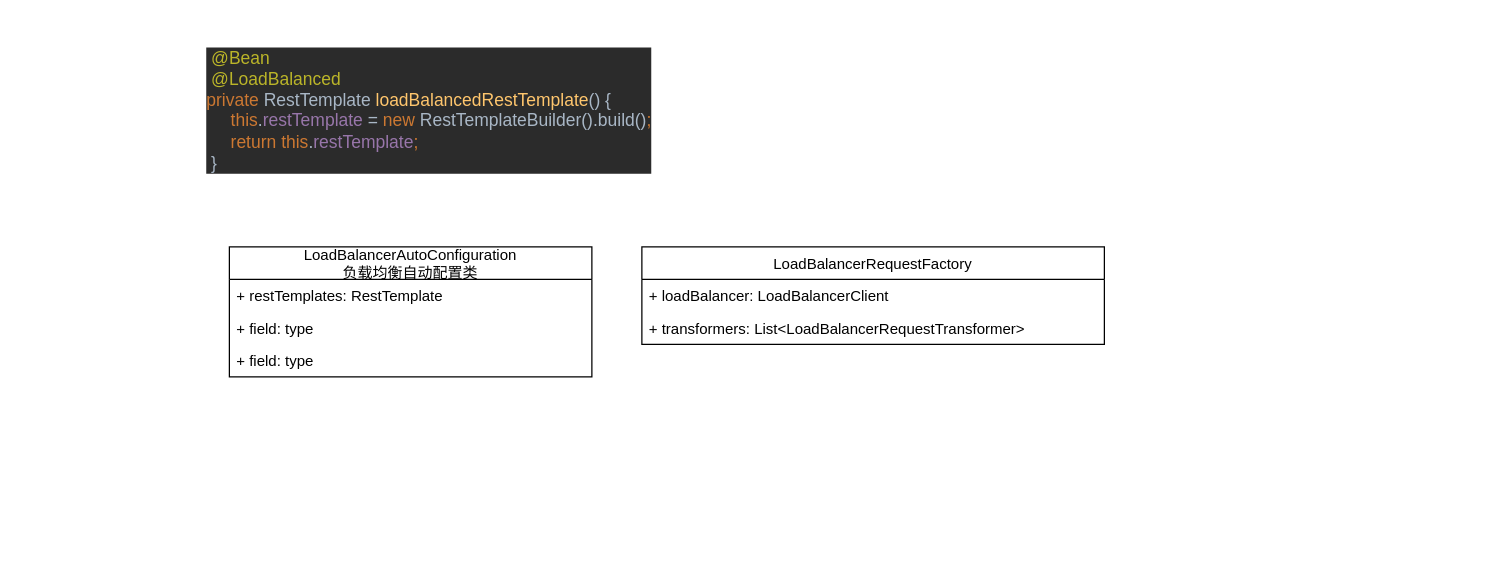
This is springcloud.drawio from qymmdj/draw-io, a draw.io file, before an edit. Source tidied: cells renumbered, new cells numbered last; positions are measured from the earlier drawing's top-left corner, leaving out a move shared by most shapes. Both pictures are drawn from the tidied source at 125%, with x=0, y=0 at pixel (204, 21).
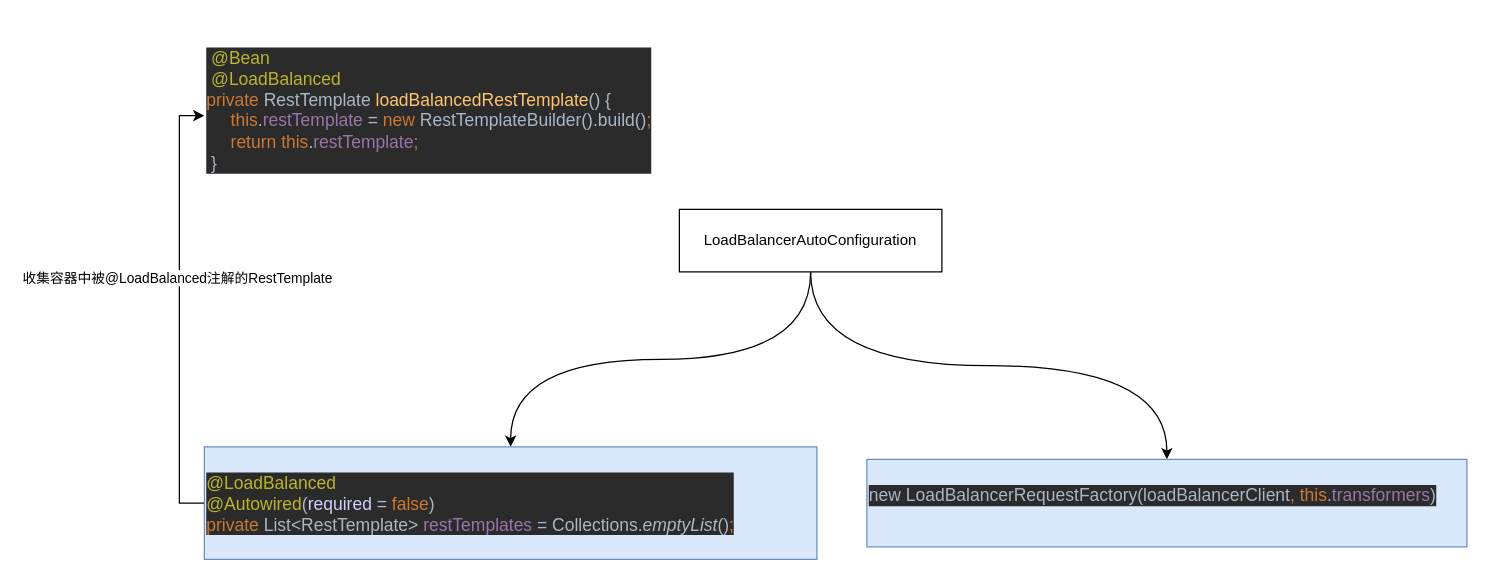
After the change.

The edit, as a diff of the source:
```diff
@@
 <mxGraphModel>
   <root>
     <mxCell id="0" />
     <mxCell id="1" parent="0" />
     <mxCell id="2" value="&lt;pre style=&quot;background-color:#2b2b2b;color:#a9b7c6;font-family:'JetBrains Mono';font-size:10.5pt;&quot;&gt; &lt;span style=&quot;color:#bbb529;&quot;&gt;@Bean&lt;br&gt;&lt;/span&gt;&lt;span style=&quot;color:#bbb529;&quot;&gt; @LoadBalanced&lt;br&gt;&lt;/span&gt;&lt;span style=&quot;color:#cc7832;&quot;&gt;private &lt;/span&gt;RestTemplate &lt;span style=&quot;color:#ffc66d;&quot;&gt;loadBalancedRestTemplate&lt;/span&gt;() {&lt;br&gt;     &lt;span style=&quot;color:#cc7832;&quot;&gt;this&lt;/span&gt;.&lt;span style=&quot;color:#9876aa;&quot;&gt;restTemplate &lt;/span&gt;= &lt;span style=&quot;color:#cc7832;&quot;&gt;new &lt;/span&gt;RestTemplateBuilder().build()&lt;span style=&quot;color:#cc7832;&quot;&gt;;&lt;br&gt;&lt;/span&gt;&lt;span style=&quot;color:#cc7832;&quot;&gt;     return this&lt;/span&gt;.&lt;span style=&quot;color:#9876aa;&quot;&gt;restTemplate&lt;/span&gt;&lt;span style=&quot;color:#cc7832;&quot;&gt;;&lt;br&gt;&lt;/span&gt;&lt;span style=&quot;color:#cc7832;&quot;&gt; &lt;/span&gt;}&lt;/pre&gt;" style="text;whiteSpace=wrap;html=1;" parent="1" vertex="1">
       <mxGeometry width="410" height="150" as="geometry" />
     </mxCell>
-    <mxCell id="3" value="LoadBalancerAutoConfiguration&#10;负载均衡自动配置类" style="swimlane;fontStyle=0;horizontal=1;startSize=26;fillColor=none;" parent="1" vertex="1">
-      <mxGeometry x="20" y="180" width="290" height="104" as="geometry" />
-    </mxCell>
-    <mxCell id="4" value="+ restTemplates: RestTemplate" style="text;strokeColor=none;fillColor=none;align=left;verticalAlign=top;spacingLeft=4;spacingRight=4;overflow=hidden;" parent="3" vertex="1">
-      <mxGeometry y="26" width="290" height="26" as="geometry" />
-    </mxCell>
-    <mxCell id="5" value="+ field: type" style="text;strokeColor=none;fillColor=none;align=left;verticalAlign=top;spacingLeft=4;spacingRight=4;overflow=hidden;" parent="3" vertex="1">
-      <mxGeometry y="52" width="290" height="26" as="geometry" />
-    </mxCell>
-    <mxCell id="6" value="+ field: type" style="text;strokeColor=none;fillColor=none;align=left;verticalAlign=top;spacingLeft=4;spacingRight=4;overflow=hidden;" parent="3" vertex="1">
-      <mxGeometry y="78" width="290" height="26" as="geometry" />
-    </mxCell>
-    <mxCell id="7" value="LoadBalancerRequestFactory" style="swimlane;fontStyle=0;horizontal=1;startSize=26;fillColor=none;" parent="1" vertex="1">
-      <mxGeometry x="350" y="180" width="370" height="78" as="geometry" />
-    </mxCell>
-    <mxCell id="8" value="+ loadBalancer: LoadBalancerClient" style="text;strokeColor=none;fillColor=none;align=left;verticalAlign=top;spacingLeft=4;spacingRight=4;overflow=hidden;" parent="7" vertex="1">
-      <mxGeometry y="26" width="370" height="26" as="geometry" />
-    </mxCell>
-    <mxCell id="9" value="+ transformers: List&lt;LoadBalancerRequestTransformer&gt;" style="text;strokeColor=none;fillColor=none;align=left;verticalAlign=top;spacingLeft=4;spacingRight=4;overflow=hidden;" parent="7" vertex="1">
-      <mxGeometry y="52" width="370" height="26" as="geometry" />
-    </mxCell>
+    <mxCell id="10" style="edgeStyle=orthogonalEdgeStyle;rounded=0;jettySize=auto;html=1;curved=1;" parent="1" edge="1" source="12" target="15">
+      <mxGeometry relative="1" as="geometry" />
+    </mxCell>
+    <mxCell id="11" style="edgeStyle=orthogonalEdgeStyle;rounded=0;jettySize=auto;html=1;entryX=0.5;entryY=0;entryDx=0;entryDy=0;curved=1;" parent="1" edge="1" source="12" target="16">
+      <mxGeometry relative="1" as="geometry" />
+    </mxCell>
+    <mxCell id="12" value="LoadBalancerAutoConfiguration" style="rounded=0;whiteSpace=wrap;html=1;" parent="1" vertex="1">
+      <mxGeometry x="380" y="150" width="210" height="50" as="geometry" />
+    </mxCell>
+    <mxCell id="13" style="edgeStyle=orthogonalEdgeStyle;rounded=0;jettySize=auto;html=1;entryX=0;entryY=0.5;entryDx=0;entryDy=0;exitX=0;exitY=0.5;exitDx=0;exitDy=0;" parent="1" edge="1" source="15" target="2">
+      <mxGeometry relative="1" as="geometry" />
+    </mxCell>
+    <mxCell id="14" value="收集容器中被@LoadBalanced注解的RestTemplate&amp;nbsp;" style="edgeLabel;html=1;align=center;verticalAlign=middle;" parent="13" vertex="1">
+      <mxGeometry x="0.15" y="1" relative="1" as="geometry" />
+    </mxCell>
+    <mxCell id="15" value="&lt;pre style=&quot;background-color:#2b2b2b;color:#a9b7c6;font-family:'JetBrains Mono';font-size:10.5pt;&quot;&gt;&lt;span style=&quot;color:#bbb529;&quot;&gt;@LoadBalanced&lt;br&gt;&lt;/span&gt;&lt;span style=&quot;color:#bbb529;&quot;&gt;@Autowired&lt;/span&gt;(&lt;span style=&quot;color:#d0d0ff;&quot;&gt;required &lt;/span&gt;= &lt;span style=&quot;color:#cc7832;&quot;&gt;false&lt;/span&gt;)&lt;br&gt;&lt;span style=&quot;color:#cc7832;&quot;&gt;private &lt;/span&gt;List&amp;lt;RestTemplate&amp;gt; &lt;span style=&quot;color:#9876aa;&quot;&gt;restTemplates &lt;/span&gt;= Collections.&lt;span style=&quot;font-style:italic;&quot;&gt;emptyList&lt;/span&gt;()&lt;span style=&quot;color:#cc7832;&quot;&gt;;&lt;/span&gt;&lt;/pre&gt;" style="text;whiteSpace=wrap;html=1;fillColor=#dae8fc;strokeColor=#6c8ebf;" parent="1" vertex="1">
+      <mxGeometry y="340" width="490" height="90" as="geometry" />
+    </mxCell>
+    <mxCell id="16" value="&lt;pre style=&quot;background-color:#2b2b2b;color:#a9b7c6;font-family:'JetBrains Mono';font-size:10.5pt;&quot;&gt;new LoadBalancerRequestFactory(loadBalancerClient&lt;span style=&quot;color:#cc7832;&quot;&gt;, this&lt;/span&gt;.&lt;span style=&quot;color:#9876aa;&quot;&gt;transformers&lt;/span&gt;)&lt;/pre&gt;" style="text;whiteSpace=wrap;html=1;fillColor=#dae8fc;strokeColor=#6c8ebf;" parent="1" vertex="1">
+      <mxGeometry x="530" y="350" width="480" height="70" as="geometry" />
+    </mxCell>
   </root>
 </mxGraphModel>
```
